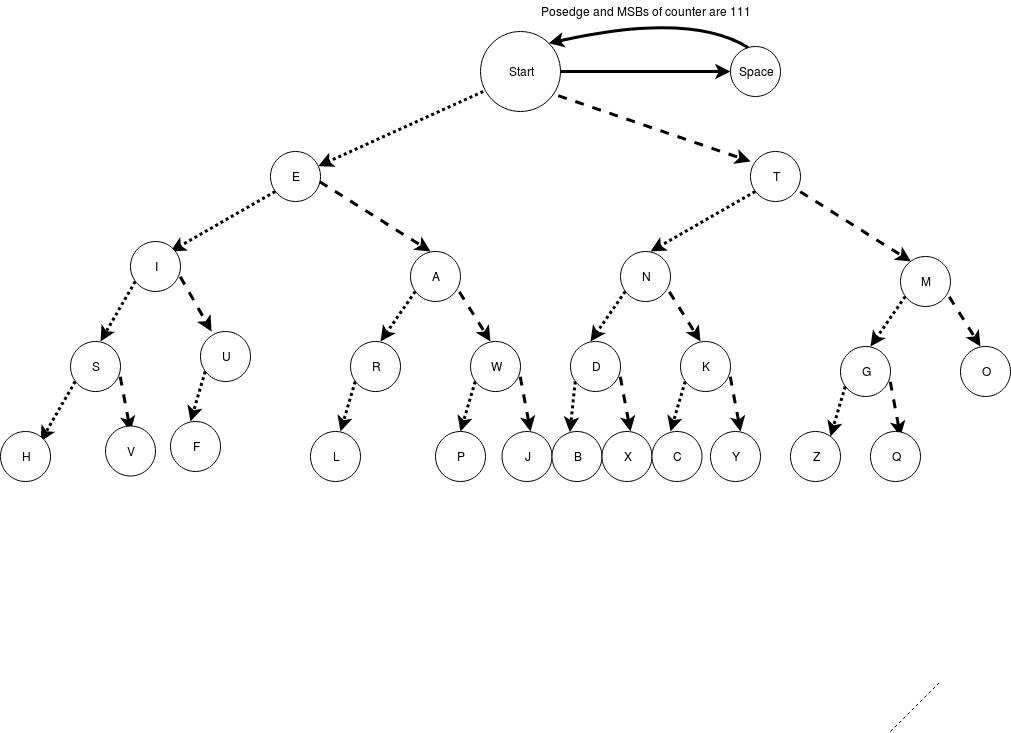
Above: Images/ALPHAFSM.png in MarkG98/MorseCodeTranslator (draw.io), before the change. Source tidied: cells renumbered, new cells last; positions are measured from the earlier drawing's top-left corner, leaving out a move shared by most shapes.
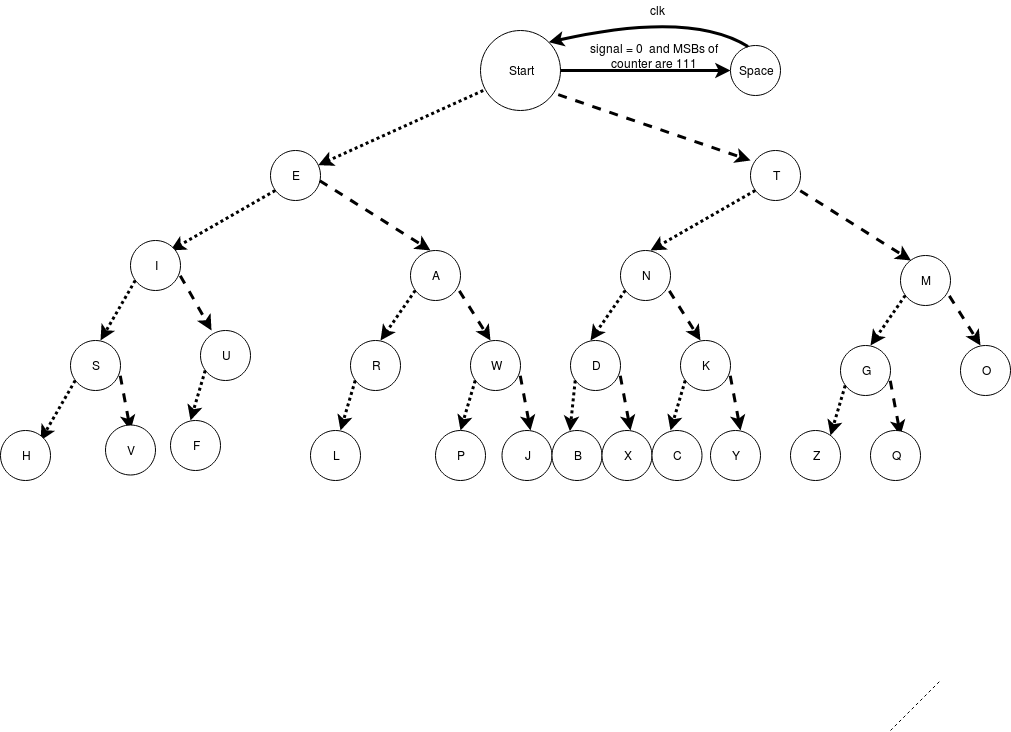
Above is the later version.

Commit message:
Updated alphabet FSM

The edit, as a diff of the source:
```diff
@@ -243,6 +243,9 @@
     <mxCell id="56" style="endArrow=classic;html=1;strokeWidth=3;exitX=1;exitY=0.5;exitDx=0;exitDy=0;" parent="1" edge="1" source="3">
       <mxGeometry relative="1" as="geometry">
         <mxPoint x="730" y="70" as="targetPoint" />
+        <Array as="points">
+          <mxPoint x="640" y="70" />
+        </Array>
       </mxGeometry>
     </mxCell>
     <mxCell id="57" value="Space" style="ellipse;whiteSpace=wrap;html=1;" parent="1" vertex="1">
@@ -255,8 +258,11 @@
         </Array>
       </mxGeometry>
     </mxCell>
-    <mxCell id="59" value="Posedge and MSBs of counter are 111" style="text;html=1;strokeColor=none;fillColor=none;align=center;verticalAlign=middle;whiteSpace=wrap;rounded=0;" parent="1" vertex="1">
-      <mxGeometry x="520" y="-0.5" width="250" height="20" as="geometry" />
+    <mxCell id="59" value="signal = 0&amp;nbsp; and MSBs of counter are 111" style="text;html=1;strokeColor=none;fillColor=none;align=center;verticalAlign=middle;whiteSpace=wrap;rounded=0;" parent="1" vertex="1">
+      <mxGeometry x="573" y="45" width="162" height="20" as="geometry" />
     </mxCell>
+    <mxCell id="60" value="clk" style="text;html=1;strokeColor=none;fillColor=none;align=center;verticalAlign=middle;whiteSpace=wrap;rounded=0;" parent="1" vertex="1">
+      <mxGeometry x="636.5" width="40" height="20" as="geometry" />
+    </mxCell>
   </root>
 </mxGraphModel>
```
